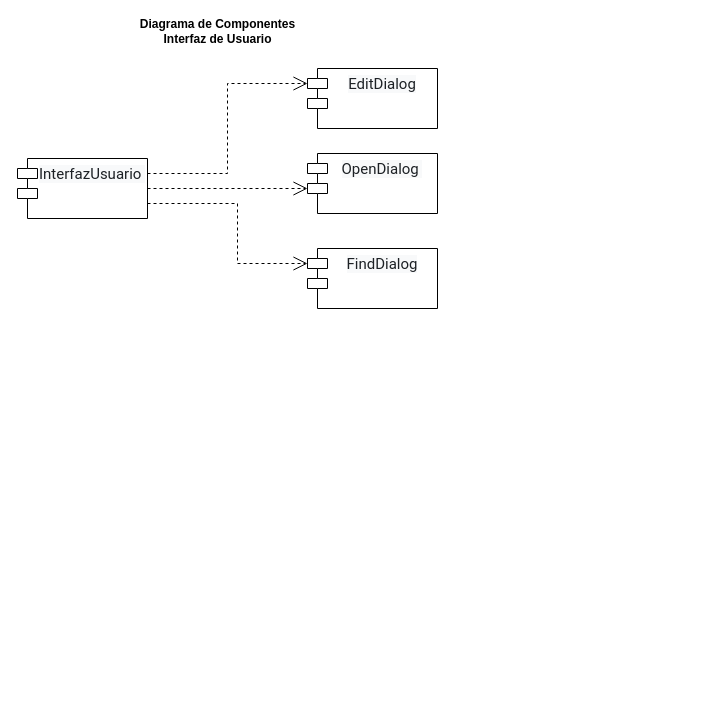
misiomishi/itcj keeps this draw.io diagram as Diagramas componentes.drawio. Above is the earlier version. Source tidied: cells renumbered, new cells numbered last; positions are measured from the earlier drawing's top-left corner, leaving out a move shared by most shapes. Both pictures are drawn from the tidied source at 100%, with x=0, y=0 at pixel (17, 18).
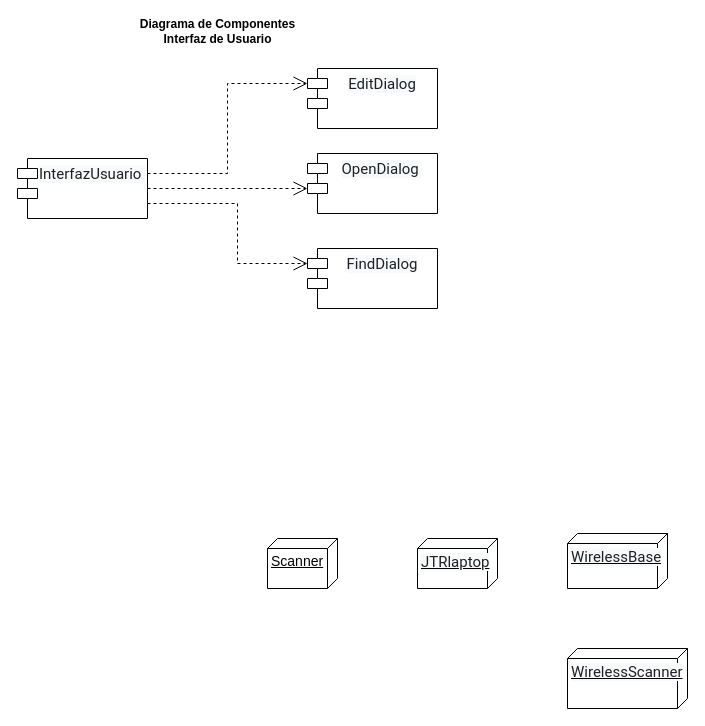
Above is the later version.

Change to the diagram source:
```diff
@@
 <mxGraphModel>
   <root>
     <mxCell id="0" />
     <mxCell id="1" parent="0" />
     <mxCell id="2" value="&lt;span style=&quot;color: rgb(29, 33, 37); font-family: Roboto; font-size: 15px; text-align: left; background-color: rgb(248, 249, 250);&quot;&gt;InterfazUsuario&amp;nbsp;&lt;/span&gt;" style="shape=module;align=left;spacingLeft=20;align=center;verticalAlign=top;whiteSpace=wrap;html=1;" parent="1" vertex="1">
       <mxGeometry y="140" width="130" height="60" as="geometry" />
     </mxCell>
     <mxCell id="3" value="&lt;span style=&quot;color: rgb(29, 33, 37); font-family: Roboto; font-size: 15px; text-align: left; background-color: rgb(248, 249, 250);&quot;&gt;EditDialog&lt;/span&gt;" style="shape=module;align=left;spacingLeft=20;align=center;verticalAlign=top;whiteSpace=wrap;html=1;" parent="1" vertex="1">
       <mxGeometry x="290" y="50" width="130" height="60" as="geometry" />
     </mxCell>
     <mxCell id="4" value="&lt;span style=&quot;color: rgb(29, 33, 37); font-family: Roboto; font-size: 15px; text-align: left; background-color: rgb(248, 249, 250);&quot;&gt;OpenDialog&amp;nbsp;&lt;/span&gt;" style="shape=module;align=left;spacingLeft=20;align=center;verticalAlign=top;whiteSpace=wrap;html=1;" parent="1" vertex="1">
       <mxGeometry x="290" y="135" width="130" height="60" as="geometry" />
     </mxCell>
     <mxCell id="5" value="&lt;span style=&quot;color: rgb(29, 33, 37); font-family: Roboto; font-size: 15px; text-align: left; background-color: rgb(248, 249, 250);&quot;&gt;FindDialog&lt;/span&gt;" style="shape=module;align=left;spacingLeft=20;align=center;verticalAlign=top;whiteSpace=wrap;html=1;" parent="1" vertex="1">
       <mxGeometry x="290" y="230" width="130" height="60" as="geometry" />
     </mxCell>
     <mxCell id="6" style="endArrow=open;endSize=12;dashed=1;html=1;rounded=0;entryX=0;entryY=0;entryDx=0;entryDy=15;entryPerimeter=0;exitX=1;exitY=0.25;exitDx=0;exitDy=0;" parent="1" edge="1" source="2" target="3">
       <mxGeometry relative="1" as="geometry">
         <Array as="points">
           <mxPoint x="210" y="155" />
           <mxPoint x="210" y="65" />
         </Array>
       </mxGeometry>
     </mxCell>
     <mxCell id="7" style="endArrow=open;endSize=12;dashed=1;html=1;rounded=0;exitX=1;exitY=0.5;exitDx=0;exitDy=0;entryX=0;entryY=0;entryDx=0;entryDy=35;entryPerimeter=0;" parent="1" edge="1" source="2" target="4">
       <mxGeometry relative="1" as="geometry" />
     </mxCell>
     <mxCell id="8" style="endArrow=open;endSize=12;dashed=1;html=1;rounded=0;entryX=0;entryY=0;entryDx=0;entryDy=15;entryPerimeter=0;exitX=1;exitY=0.75;exitDx=0;exitDy=0;" parent="1" edge="1" source="2" target="5">
       <mxGeometry relative="1" as="geometry">
         <Array as="points">
           <mxPoint x="220" y="185" />
           <mxPoint x="220" y="245" />
         </Array>
       </mxGeometry>
     </mxCell>
     <mxCell id="9" value="Diagrama de Componentes&lt;div&gt;Interfaz de Usuario&lt;/div&gt;" style="text;align=center;fontStyle=1;verticalAlign=middle;spacingLeft=3;spacingRight=3;strokeColor=none;html=1;" parent="1" vertex="1">
       <mxGeometry x="160" width="80" height="26" as="geometry" />
     </mxCell>
+    <mxCell id="10" value="&lt;font style=&quot;font-size: 14px;&quot;&gt;Scanner&lt;/font&gt;" style="verticalAlign=top;align=left;spacingTop=8;spacingLeft=2;spacingRight=12;shape=cube;size=10;direction=south;fontStyle=4;html=1;whiteSpace=wrap;" parent="1" vertex="1">
+      <mxGeometry x="250" y="520" width="70" height="50" as="geometry" />
+    </mxCell>
+    <mxCell id="11" value="&lt;span style=&quot;color: rgb(29, 33, 37); font-family: Roboto; font-size: 15px; background-color: rgb(248, 249, 250);&quot;&gt;JTRlaptop&lt;/span&gt;" style="verticalAlign=top;align=left;spacingTop=8;spacingLeft=2;spacingRight=12;shape=cube;size=10;direction=south;fontStyle=4;html=1;whiteSpace=wrap;" parent="1" vertex="1">
+      <mxGeometry x="400" y="520" width="80" height="50" as="geometry" />
+    </mxCell>
+    <mxCell id="12" value="&lt;span style=&quot;color: rgb(29, 33, 37); font-family: Roboto; font-size: 15px; background-color: rgb(248, 249, 250);&quot;&gt;WirelessBase&lt;/span&gt;" style="verticalAlign=top;align=left;spacingTop=8;spacingLeft=2;spacingRight=12;shape=cube;size=10;direction=south;fontStyle=4;html=1;whiteSpace=wrap;" parent="1" vertex="1">
+      <mxGeometry x="550" y="515" width="100" height="55" as="geometry" />
+    </mxCell>
+    <mxCell id="13" value="&lt;span style=&quot;color: rgb(29, 33, 37); font-family: Roboto; font-size: 15px; background-color: rgb(248, 249, 250);&quot;&gt;WirelessScanner&lt;/span&gt;" style="verticalAlign=top;align=left;spacingTop=8;spacingLeft=2;spacingRight=12;shape=cube;size=10;direction=south;fontStyle=4;html=1;whiteSpace=wrap;" parent="1" vertex="1">
+      <mxGeometry x="550" y="630" width="120" height="60" as="geometry" />
+    </mxCell>
   </root>
 </mxGraphModel>
```
